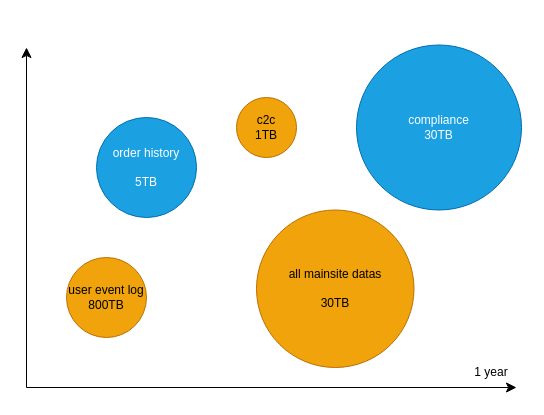
Earlier version of the draw.io diagram doc/databend-business.drawio (jackjoesh/databend). Source tidied: cells renumbered, new cells numbered last; positions are measured from the earlier drawing's top-left corner, leaving out a move shared by most shapes. Both pictures are drawn from the tidied source at 100%, with x=0, y=0 at pixel (26, 45).
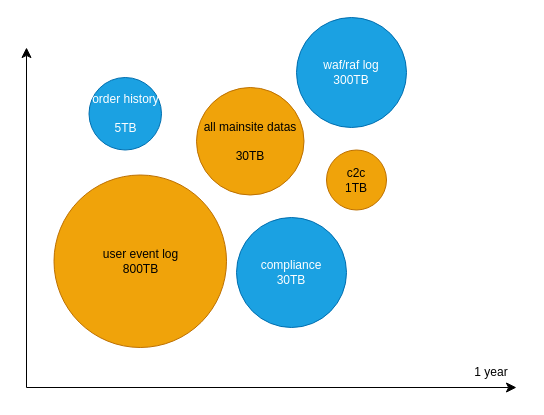
The same page after the edit.

What changed in the source:
```diff
@@
 <mxGraphModel>
   <root>
     <mxCell id="0" />
     <mxCell id="1" parent="0" />
     <mxCell id="2" style="edgeStyle=segmentEdgeStyle;endArrow=classic;html=1;curved=0;rounded=0;endSize=8;startSize=8;" parent="1" edge="1">
       <mxGeometry relative="1" as="geometry">
         <mxPoint y="342" as="sourcePoint" />
         <mxPoint x="490" y="342" as="targetPoint" />
       </mxGeometry>
     </mxCell>
     <mxCell id="3" style="edgeStyle=segmentEdgeStyle;endArrow=classic;html=1;curved=0;rounded=0;endSize=8;startSize=8;" parent="1" edge="1">
       <mxGeometry relative="1" as="geometry">
         <mxPoint y="342" as="sourcePoint" />
         <mxPoint y="2" as="targetPoint" />
       </mxGeometry>
     </mxCell>
     <mxCell id="4" value="order history&lt;br&gt;&lt;br&gt;5TB" style="ellipse;whiteSpace=wrap;html=1;fillColor=#1ba1e2;fontColor=#ffffff;strokeColor=#006EAF;" parent="1" vertex="1">
-      <mxGeometry x="70" y="72" width="100" height="100" as="geometry" />
+      <mxGeometry x="62.5" y="32" width="72.5" height="72.5" as="geometry" />
     </mxCell>
     <mxCell id="5" value="user event log&lt;br&gt;800TB&lt;br&gt;" style="ellipse;whiteSpace=wrap;html=1;fillColor=#f0a30a;fontColor=#000000;strokeColor=#BD7000;" parent="1" vertex="1">
-      <mxGeometry x="40" y="212" width="80" height="80" as="geometry" />
+      <mxGeometry x="27.5" y="129.5" width="172.5" height="172.5" as="geometry" />
     </mxCell>
     <mxCell id="6" value="compliance&lt;br&gt;30TB" style="ellipse;whiteSpace=wrap;html=1;fillColor=#1ba1e2;fontColor=#ffffff;strokeColor=#006EAF;" parent="1" vertex="1">
-      <mxGeometry x="330" y="-0.5" width="165" height="165" as="geometry" />
+      <mxGeometry x="210" y="172" width="110" height="110" as="geometry" />
     </mxCell>
     <mxCell id="7" value="c2c&lt;br&gt;1TB" style="ellipse;whiteSpace=wrap;html=1;fillColor=#f0a30a;fontColor=#000000;strokeColor=#BD7000;" parent="1" vertex="1">
-      <mxGeometry x="210" y="52" width="60" height="60" as="geometry" />
+      <mxGeometry x="300" y="104.5" width="60" height="60" as="geometry" />
     </mxCell>
     <mxCell id="8" value="all mainsite datas&lt;br&gt;&lt;br&gt;30TB" style="ellipse;whiteSpace=wrap;html=1;fillColor=#f0a30a;fontColor=#000000;strokeColor=#BD7000;" parent="1" vertex="1">
-      <mxGeometry x="230" y="164.5" width="157.5" height="157.5" as="geometry" />
+      <mxGeometry x="170" y="42" width="107.5" height="107.5" as="geometry" />
     </mxCell>
     <mxCell id="9" value="1 year" style="text;strokeColor=none;align=center;fillColor=none;html=1;verticalAlign=middle;whiteSpace=wrap;rounded=0;" parent="1" vertex="1">
       <mxGeometry x="435" y="312" width="60" height="30" as="geometry" />
     </mxCell>
+    <mxCell id="10" value="waf/raf log&lt;br&gt;300TB" style="ellipse;whiteSpace=wrap;html=1;fillColor=#1ba1e2;strokeColor=#006EAF;fontColor=#ffffff;" parent="1" vertex="1">
+      <mxGeometry x="270" y="-28" width="110" height="110" as="geometry" />
+    </mxCell>
   </root>
 </mxGraphModel>
```
